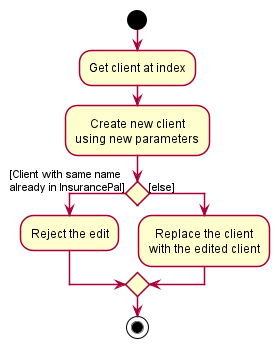
The PlantUML diagram docs/images/EditCommandActivityDiagram.png in nus-cs2103-AY2122S1/tp, before a commit.
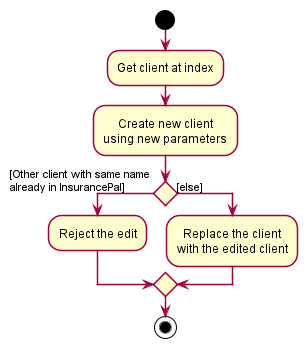
The same file after the commit.

Commit message:
Clarify activity diagrams

The edit, as a diff of the source:
```diff
@@ -3,7 +3,7 @@
 start
 :Get client at index;
 :Create new client\nusing new parameters;
-if () then ([Client with same name \nalready in InsurancePal])
+if () then ([Other client with same name \nalready in InsurancePal])
     :Reject the edit;
 else ([else])
     :Replace the client\nwith the edited client;
```
